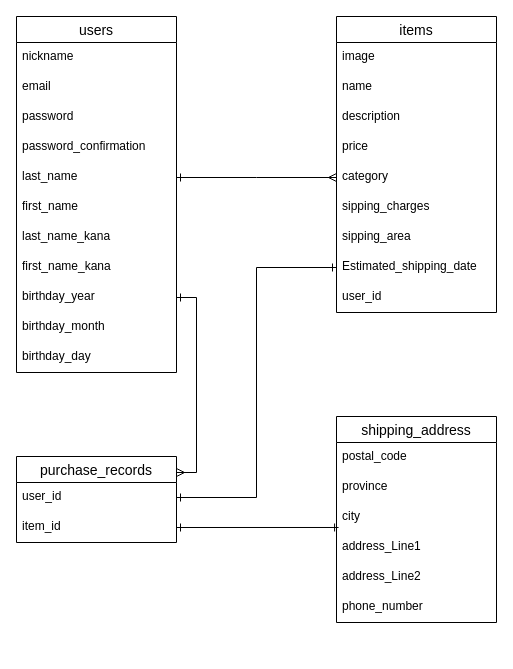
atsuki89/furima-32356 keeps this draw.io diagram as furima.dio. Above is the earlier version. Source tidied: cells renumbered, new cells numbered last; positions are measured from the earlier drawing's top-left corner, leaving out a move shared by most shapes. Both pictures are drawn from the tidied source at 100%, with x=0, y=0 at pixel (16, 16).
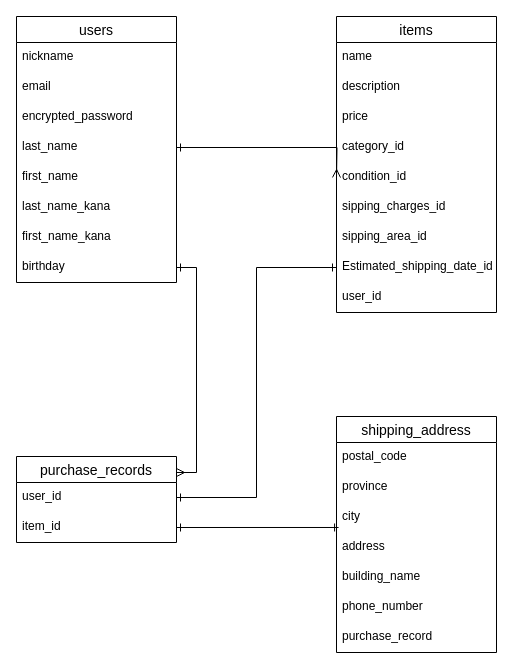
After the change.

Commit message (it also covers changes not shown here):
ER図とREADMEの修正

Unchanged cells that the change refers to:
```xml
<mxCell id="14" value="items" style="swimlane;fontStyle=0;horizontal=1;startSize=26;align=center;fontSize=14;" parent="1" vertex="1">
  <mxGeometry x="320" width="160" height="296" as="geometry" />
</mxCell>
```

What changed in the source:
```diff
@@
     <mxCell id="2" value="users" style="swimlane;fontStyle=0;horizontal=1;startSize=26;align=center;fontSize=14;" parent="1" vertex="1">
-      <mxGeometry width="160" height="356" as="geometry" />
+      <mxGeometry width="160" height="266" as="geometry" />
     </mxCell>
@@
-    <mxCell id="5" value="password" style="text;strokeColor=none;fillColor=none;spacingLeft=4;spacingRight=4;overflow=hidden;fontSize=12;" parent="2" vertex="1">
+    <mxCell id="5" value="encrypted_password" style="text;strokeColor=none;fillColor=none;spacingLeft=4;spacingRight=4;overflow=hidden;fontSize=12;" parent="2" vertex="1">
       <mxGeometry y="86" width="160" height="30" as="geometry" />
     </mxCell>
-    <mxCell id="6" value="password_confirmation" style="text;strokeColor=none;fillColor=none;spacingLeft=4;spacingRight=4;overflow=hidden;fontSize=12;" parent="2" vertex="1">
-      <mxGeometry y="116" width="160" height="30" as="geometry" />
-    </mxCell>
     <mxCell id="7" value="last_name" style="text;strokeColor=none;fillColor=none;spacingLeft=4;spacingRight=4;overflow=hidden;points=[[0,0.5],[1,0.5]];portConstraint=eastwest;fontSize=12;" parent="2" vertex="1">
-      <mxGeometry y="146" width="160" height="30" as="geometry" />
+      <mxGeometry y="116" width="160" height="30" as="geometry" />
     </mxCell>
     <mxCell id="8" value="first_name" style="text;strokeColor=none;fillColor=none;spacingLeft=4;spacingRight=4;overflow=hidden;fontSize=12;" parent="2" vertex="1">
-      <mxGeometry y="176" width="160" height="30" as="geometry" />
+      <mxGeometry y="146" width="160" height="30" as="geometry" />
     </mxCell>
     <mxCell id="9" value="last_name_kana" style="text;strokeColor=none;fillColor=none;spacingLeft=4;spacingRight=4;overflow=hidden;fontSize=12;" parent="2" vertex="1">
-      <mxGeometry y="206" width="160" height="30" as="geometry" />
+      <mxGeometry y="176" width="160" height="30" as="geometry" />
     </mxCell>
     <mxCell id="10" value="first_name_kana" style="text;strokeColor=none;fillColor=none;spacingLeft=4;spacingRight=4;overflow=hidden;fontSize=12;" parent="2" vertex="1">
-      <mxGeometry y="236" width="160" height="30" as="geometry" />
+      <mxGeometry y="206" width="160" height="30" as="geometry" />
     </mxCell>
-    <mxCell id="11" value="birthday_year" style="text;strokeColor=none;fillColor=none;spacingLeft=4;spacingRight=4;overflow=hidden;points=[[0,0.5],[1,0.5]];portConstraint=eastwest;fontSize=12;" parent="2" vertex="1">
-      <mxGeometry y="266" width="160" height="30" as="geometry" />
+    <mxCell id="11" value="birthday" style="text;strokeColor=none;fillColor=none;spacingLeft=4;spacingRight=4;overflow=hidden;points=[[0,0.5],[1,0.5]];portConstraint=eastwest;fontSize=12;" parent="2" vertex="1">
+      <mxGeometry y="236" width="160" height="30" as="geometry" />
     </mxCell>
-    <mxCell id="12" value="birthday_month" style="text;strokeColor=none;fillColor=none;spacingLeft=4;spacingRight=4;overflow=hidden;fontSize=12;" parent="2" vertex="1">
-      <mxGeometry y="296" width="160" height="30" as="geometry" />
-    </mxCell>
-    <mxCell id="13" value="birthday_day" style="text;strokeColor=none;fillColor=none;spacingLeft=4;spacingRight=4;overflow=hidden;fontSize=12;" parent="2" vertex="1">
-      <mxGeometry y="326" width="160" height="30" as="geometry" />
-    </mxCell>
@@
-    <mxCell id="15" value="image" style="text;strokeColor=none;fillColor=none;spacingLeft=4;spacingRight=4;overflow=hidden;fontSize=12;" parent="14" vertex="1">
-      <mxGeometry y="26" width="160" height="30" as="geometry" />
-    </mxCell>
     <mxCell id="16" value="name" style="text;strokeColor=none;fillColor=none;spacingLeft=4;spacingRight=4;overflow=hidden;fontSize=12;" parent="14" vertex="1">
-      <mxGeometry y="56" width="160" height="30" as="geometry" />
+      <mxGeometry y="26" width="160" height="30" as="geometry" />
     </mxCell>
     <mxCell id="17" value="description" style="text;strokeColor=none;fillColor=none;spacingLeft=4;spacingRight=4;overflow=hidden;fontSize=12;" parent="14" vertex="1">
-      <mxGeometry y="86" width="160" height="30" as="geometry" />
+      <mxGeometry y="56" width="160" height="30" as="geometry" />
     </mxCell>
     <mxCell id="18" value="price" style="text;strokeColor=none;fillColor=none;spacingLeft=4;spacingRight=4;overflow=hidden;fontSize=12;" parent="14" vertex="1">
-      <mxGeometry y="116" width="160" height="30" as="geometry" />
+      <mxGeometry y="86" width="160" height="30" as="geometry" />
     </mxCell>
-    <mxCell id="19" value="category" style="text;strokeColor=none;fillColor=none;spacingLeft=4;spacingRight=4;overflow=hidden;fontSize=12;" parent="14" vertex="1">
-      <mxGeometry y="146" width="160" height="30" as="geometry" />
+    <mxCell id="19" value="category_id" style="text;strokeColor=none;fillColor=none;spacingLeft=4;spacingRight=4;overflow=hidden;fontSize=12;" parent="14" vertex="1">
+      <mxGeometry y="116" width="160" height="30" as="geometry" />
     </mxCell>
+    <mxCell id="38" value="condition_id" style="text;strokeColor=none;fillColor=none;spacingLeft=4;spacingRight=4;overflow=hidden;fontSize=12;" parent="14" vertex="1">
+      <mxGeometry y="146" width="160" height="30" as="geometry" />
+    </mxCell>
-    <mxCell id="20" value="sipping_charges" style="text;strokeColor=none;fillColor=none;spacingLeft=4;spacingRight=4;overflow=hidden;fontSize=12;" parent="14" vertex="1">
+    <mxCell id="20" value="sipping_charges_id" style="text;strokeColor=none;fillColor=none;spacingLeft=4;spacingRight=4;overflow=hidden;fontSize=12;" parent="14" vertex="1">
       <mxGeometry y="176" width="160" height="30" as="geometry" />
     </mxCell>
-    <mxCell id="21" value="sipping_area" style="text;strokeColor=none;fillColor=none;spacingLeft=4;spacingRight=4;overflow=hidden;fontSize=12;" parent="14" vertex="1">
+    <mxCell id="21" value="sipping_area_id" style="text;strokeColor=none;fillColor=none;spacingLeft=4;spacingRight=4;overflow=hidden;fontSize=12;" parent="14" vertex="1">
       <mxGeometry y="206" width="160" height="30" as="geometry" />
     </mxCell>
-    <mxCell id="22" value="Estimated_shipping_date" style="text;strokeColor=none;fillColor=none;spacingLeft=4;spacingRight=4;overflow=hidden;points=[[0,0.5],[1,0.5]];portConstraint=eastwest;fontSize=12;" parent="14" vertex="1">
+    <mxCell id="22" value="Estimated_shipping_date_id" style="text;strokeColor=none;fillColor=none;spacingLeft=4;spacingRight=4;overflow=hidden;points=[[0,0.5],[1,0.5]];portConstraint=eastwest;fontSize=12;" parent="14" vertex="1">
       <mxGeometry y="236" width="160" height="30" as="geometry" />
     </mxCell>
@@
     <mxCell id="27" value="shipping_address" style="swimlane;fontStyle=0;horizontal=1;startSize=26;align=center;fontSize=14;" parent="1" vertex="1">
-      <mxGeometry x="320" y="400" width="160" height="206" as="geometry" />
+      <mxGeometry x="320" y="400" width="160" height="236" as="geometry" />
     </mxCell>
@@
-    <mxCell id="31" value="address_Line1" style="text;strokeColor=none;fillColor=none;spacingLeft=4;spacingRight=4;overflow=hidden;fontSize=12;" parent="27" vertex="1">
+    <mxCell id="31" value="address" style="text;strokeColor=none;fillColor=none;spacingLeft=4;spacingRight=4;overflow=hidden;fontSize=12;" parent="27" vertex="1">
       <mxGeometry y="116" width="160" height="30" as="geometry" />
     </mxCell>
-    <mxCell id="32" value="address_Line2" style="text;strokeColor=none;fillColor=none;spacingLeft=4;spacingRight=4;overflow=hidden;fontSize=12;" parent="27" vertex="1">
+    <mxCell id="32" value="building_name" style="text;strokeColor=none;fillColor=none;spacingLeft=4;spacingRight=4;overflow=hidden;fontSize=12;" parent="27" vertex="1">
       <mxGeometry y="146" width="160" height="30" as="geometry" />
     </mxCell>
@@
+    <mxCell id="39" value="purchase_record" style="text;strokeColor=none;fillColor=none;spacingLeft=4;spacingRight=4;overflow=hidden;fontSize=12;" parent="27" vertex="1">
+      <mxGeometry y="206" width="160" height="30" as="geometry" />
+    </mxCell>
```
